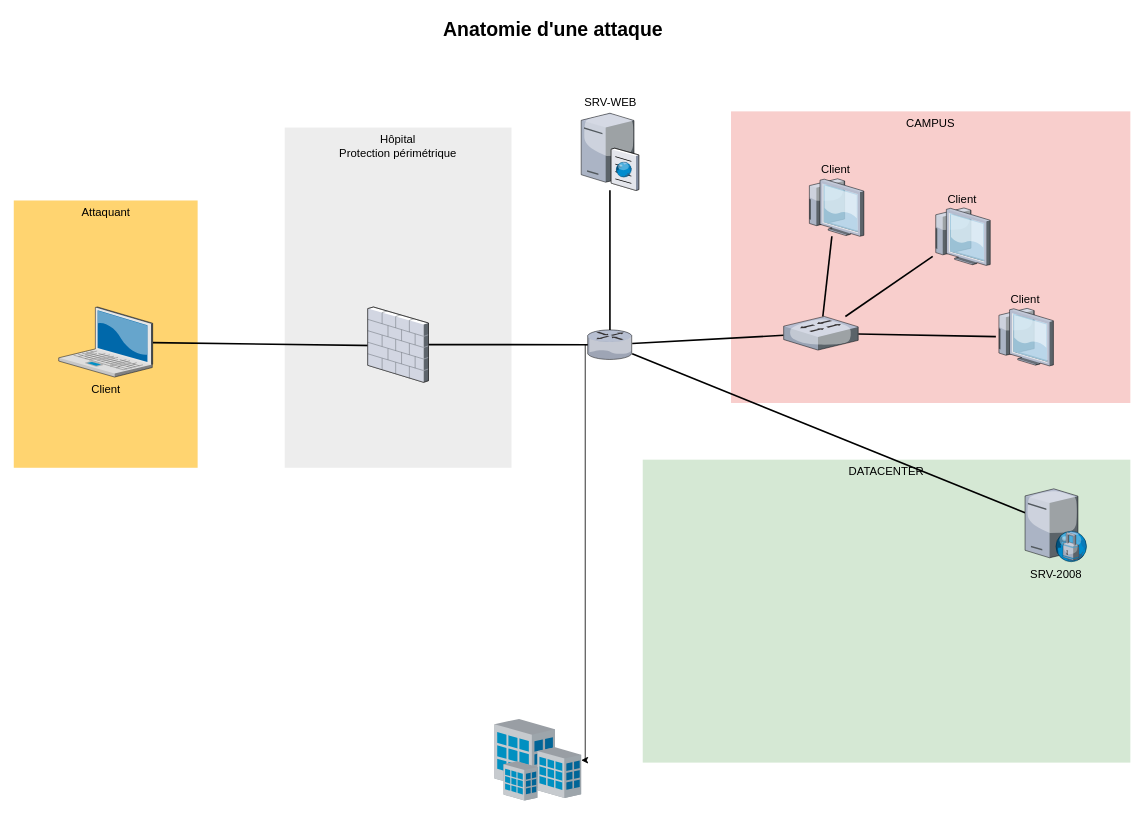
This is anatomie-attack.drawio from ebsd/drawio, a draw.io file, before an edit. Source tidied: cells renumbered, new cells numbered last; positions are measured from the earlier drawing's top-left corner, leaving out a move shared by most shapes. Both pictures are drawn from the tidied source at 81%, with x=0, y=0 at pixel (13, 14).
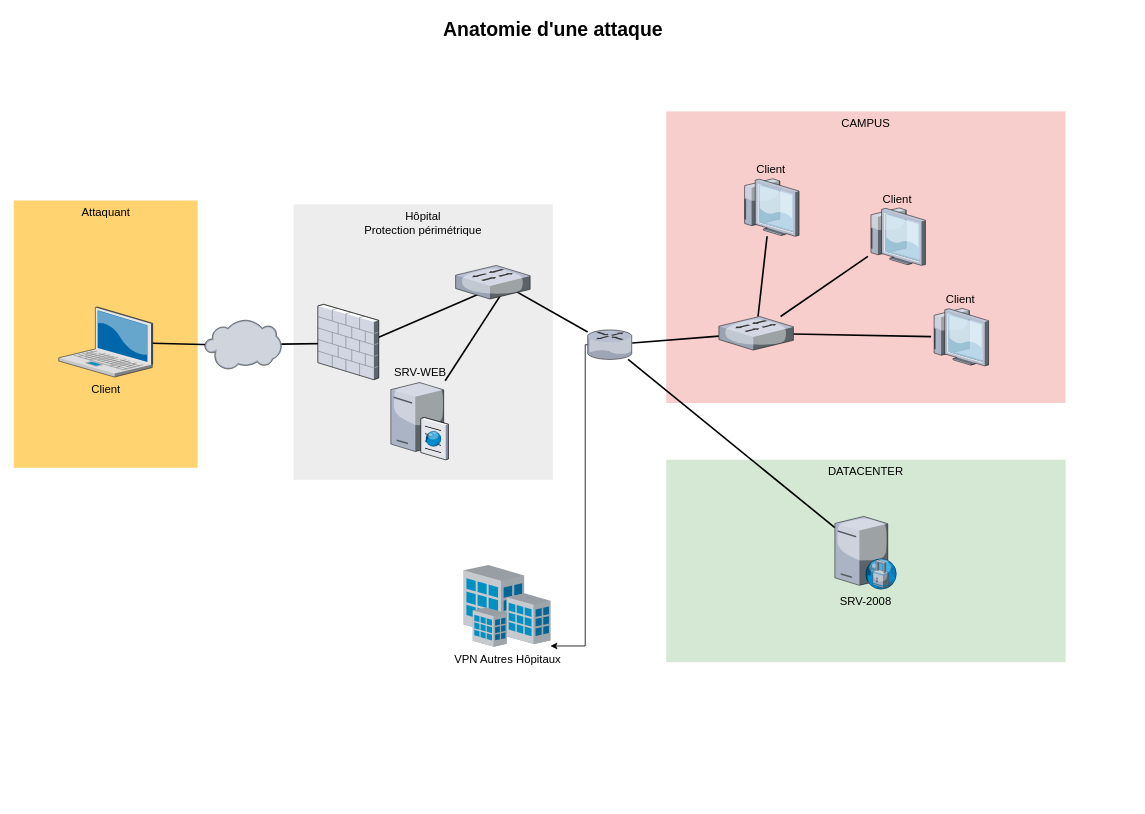
Above is the later version.

Unchanged cells that the change refers to:
```xml
<mxCell id="7" value="Client" style="verticalLabelPosition=bottom;html=1;verticalAlign=top;strokeColor=none;shape=mxgraph.citrix.laptop_2;fillColor=#66B2FF;gradientColor=#0066CC;fontSize=14;" parent="1" vertex="1">
  <mxGeometry x="56" y="361.5" width="116" height="86.5" as="geometry" />
</mxCell>
<mxCell id="11" style="verticalLabelPosition=bottom;html=1;verticalAlign=top;strokeColor=none;shape=mxgraph.citrix.router;fillColor=#66B2FF;gradientColor=#0066CC;fontSize=14;" parent="1" vertex="1">
  <mxGeometry x="709" y="389.8" width="55" height="36.5" as="geometry" />
</mxCell>
```

The edit, as a diff of the source:
```diff
@@
     <mxCell id="2" value="CAMPUS" style="whiteSpace=wrap;html=1;fillColor=#f8cecc;fontSize=14;strokeColor=none;verticalAlign=top;" parent="1" vertex="1">
-      <mxGeometry x="886" y="120" width="493" height="360" as="geometry" />
+      <mxGeometry x="806" y="120" width="493" height="360" as="geometry" />
     </mxCell>
     <mxCell id="3" value="DATACENTER" style="whiteSpace=wrap;html=1;fillColor=#d5e8d4;fontSize=14;strokeColor=none;verticalAlign=top;" parent="1" vertex="1">
-      <mxGeometry x="777" y="550" width="602" height="374" as="geometry" />
+      <mxGeometry x="806" y="550" width="493" height="250" as="geometry" />
     </mxCell>
     <mxCell id="4" value="Hôpital&lt;br&gt;Protection périmétrique" style="whiteSpace=wrap;html=1;fillColor=#EDEDED;fontSize=14;strokeColor=none;verticalAlign=top;" parent="1" vertex="1">
-      <mxGeometry x="335" y="140" width="280" height="420" as="geometry" />
+      <mxGeometry x="346" y="234.8" width="320" height="340" as="geometry" />
     </mxCell>
@@
-    <mxCell id="6" style="edgeStyle=none;rounded=0;html=1;startSize=10;endSize=10;jettySize=auto;fontSize=14;endArrow=none;endFill=0;strokeWidth=2;entryX=0.493;entryY=0.516;entryDx=0;entryDy=0;entryPerimeter=0;" parent="1" edge="1" source="7" target="14">
+    <mxCell id="6" style="edgeStyle=none;rounded=0;html=1;startSize=10;endSize=10;jettySize=auto;fontSize=14;endArrow=none;endFill=0;strokeWidth=2;entryX=0.493;entryY=0.516;entryDx=0;entryDy=0;entryPerimeter=0;startArrow=none;" parent="1" edge="1" source="30" target="14">
       <mxGeometry relative="1" as="geometry" />
     </mxCell>
@@
-    <mxCell id="8" style="edgeStyle=none;rounded=0;html=1;startSize=10;endSize=10;jettySize=auto;fontSize=14;endArrow=none;endFill=0;strokeWidth=2;" parent="1" edge="1" source="11" target="12">
-      <mxGeometry relative="1" as="geometry" />
-    </mxCell>
@@
     <mxCell id="12" value="SRV-WEB" style="verticalLabelPosition=top;html=1;verticalAlign=bottom;strokeColor=none;shape=mxgraph.citrix.cache_server;fillColor=#66B2FF;gradientColor=#0066CC;fontSize=14;labelPosition=center;align=center;" parent="1" vertex="1">
-      <mxGeometry x="701" y="120" width="71" height="97.5" as="geometry" />
+      <mxGeometry x="466" y="452.5" width="71" height="97.5" as="geometry" />
     </mxCell>
-    <mxCell id="13" style="edgeStyle=none;rounded=0;html=1;startSize=10;endSize=10;jettySize=auto;fontSize=14;endArrow=none;endFill=0;strokeWidth=2;" parent="1" edge="1" source="14" target="11">
+    <mxCell id="13" style="edgeStyle=none;rounded=0;html=1;startSize=10;endSize=10;jettySize=auto;fontSize=14;endArrow=none;endFill=0;strokeWidth=2;exitX=0.63;exitY=0.548;exitDx=0;exitDy=0;exitPerimeter=0;" parent="1" edge="1" source="28" target="11">
       <mxGeometry relative="1" as="geometry" />
     </mxCell>
-    <mxCell id="14" style="verticalLabelPosition=bottom;html=1;verticalAlign=top;strokeColor=none;shape=mxgraph.citrix.firewall;fillColor=#66B2FF;gradientColor=#0066CC;fontSize=14;" parent="1" vertex="1">
-      <mxGeometry x="437.5" y="361.5" width="75" height="93" as="geometry" />
-    </mxCell>
     <mxCell id="15" style="edgeStyle=orthogonalEdgeStyle;rounded=0;jettySize=auto;html=1;" parent="1" edge="1" source="11" target="24">
       <mxGeometry relative="1" as="geometry">
         <Array as="points">
           <mxPoint x="706" y="408" />
-          <mxPoint x="706" y="921" />
+          <mxPoint x="706" y="780" />
         </Array>
       </mxGeometry>
     </mxCell>
     <mxCell id="16" value="SRV-2008" style="verticalLabelPosition=bottom;html=1;verticalAlign=top;strokeColor=none;shape=mxgraph.citrix.proxy_server;fillColor=#66B2FF;gradientColor=#0066CC;fontSize=14;" parent="1" vertex="1">
-      <mxGeometry x="1249" y="586" width="76.5" height="90" as="geometry" />
+      <mxGeometry x="1014.2" y="620" width="76.5" height="90" as="geometry" />
     </mxCell>
@@
     <mxCell id="20" style="verticalLabelPosition=bottom;html=1;verticalAlign=top;strokeColor=none;shape=mxgraph.citrix.switch;fillColor=#66B2FF;gradientColor=#0066CC;fontSize=14;" parent="1" vertex="1">
-      <mxGeometry x="951" y="373.2" width="92" height="41.5" as="geometry" />
+      <mxGeometry x="871" y="373.2" width="92" height="41.5" as="geometry" />
     </mxCell>
     <mxCell id="21" value="Client" style="verticalLabelPosition=top;html=1;verticalAlign=bottom;strokeColor=none;shape=mxgraph.citrix.thin_client;fillColor=#66B2FF;gradientColor=#0066CC;fontSize=14;labelPosition=center;align=center;" parent="1" vertex="1">
-      <mxGeometry x="1213" y="363.2" width="71" height="71" as="geometry" />
+      <mxGeometry x="1133" y="363.2" width="71" height="71" as="geometry" />
     </mxCell>
     <mxCell id="22" value="Client" style="verticalLabelPosition=top;html=1;verticalAlign=bottom;strokeColor=none;shape=mxgraph.citrix.thin_client;fillColor=#66B2FF;gradientColor=#0066CC;fontSize=14;labelPosition=center;align=center;" parent="1" vertex="1">
-      <mxGeometry x="1135" y="239.2" width="71" height="71" as="geometry" />
+      <mxGeometry x="1055" y="239.2" width="71" height="71" as="geometry" />
     </mxCell>
     <mxCell id="23" value="Client" style="verticalLabelPosition=top;html=1;verticalAlign=bottom;strokeColor=none;shape=mxgraph.citrix.thin_client;fillColor=#66B2FF;gradientColor=#0066CC;fontSize=14;labelPosition=center;align=center;" parent="1" vertex="1">
-      <mxGeometry x="979" y="203.2" width="71" height="71" as="geometry" />
+      <mxGeometry x="899" y="203.2" width="71" height="71" as="geometry" />
     </mxCell>
-    <mxCell id="24" style="verticalLabelPosition=bottom;html=1;verticalAlign=top;strokeColor=none;shape=mxgraph.citrix.site;fillColor=#66B2FF;gradientColor=#0066CC;fontSize=14;" parent="1" vertex="1">
-      <mxGeometry x="594" y="870" width="107" height="101" as="geometry" />
+    <mxCell id="24" value="VPN Autres Hôpitaux" style="verticalLabelPosition=bottom;html=1;verticalAlign=top;strokeColor=none;shape=mxgraph.citrix.site;fillColor=#66B2FF;gradientColor=#0066CC;fontSize=14;" parent="1" vertex="1">
+      <mxGeometry x="556" y="680" width="107" height="101" as="geometry" />
     </mxCell>
@@
+    <mxCell id="26" style="edgeStyle=none;rounded=0;html=1;startSize=10;endSize=10;jettySize=auto;fontSize=14;endArrow=none;endFill=0;strokeWidth=2;exitX=0.5;exitY=0.669;exitDx=0;exitDy=0;exitPerimeter=0;entryX=0.533;entryY=0.599;entryDx=0;entryDy=0;entryPerimeter=0;" parent="1" edge="1" source="28" target="14">
+      <mxGeometry relative="1" as="geometry" />
+    </mxCell>
+    <mxCell id="27" style="edgeStyle=none;rounded=0;html=1;startSize=10;endSize=10;jettySize=auto;fontSize=14;endArrow=none;endFill=0;strokeWidth=2;" parent="1" edge="1" target="12">
+      <mxGeometry relative="1" as="geometry">
+        <mxPoint x="606" y="340" as="sourcePoint" />
+      </mxGeometry>
+    </mxCell>
+    <mxCell id="14" style="verticalLabelPosition=bottom;html=1;verticalAlign=top;strokeColor=none;shape=mxgraph.citrix.firewall;fillColor=#66B2FF;gradientColor=#0066CC;fontSize=14;" parent="1" vertex="1">
+      <mxGeometry x="376" y="358.2" width="75" height="93" as="geometry" />
+    </mxCell>
+    <mxCell id="28" style="verticalLabelPosition=bottom;html=1;verticalAlign=top;strokeColor=none;shape=mxgraph.citrix.switch;fillColor=#66B2FF;gradientColor=#0066CC;fontSize=14;" parent="1" vertex="1">
+      <mxGeometry x="546" y="310.2" width="92" height="41.5" as="geometry" />
+    </mxCell>
+    <mxCell id="29" style="edgeStyle=none;rounded=0;html=1;startSize=10;endSize=10;jettySize=auto;fontSize=14;endArrow=none;endFill=0;strokeWidth=2;entryX=0.493;entryY=0.516;entryDx=0;entryDy=0;entryPerimeter=0;" parent="1" edge="1" source="7" target="30">
+      <mxGeometry relative="1" as="geometry" />
+    </mxCell>
+    <mxCell id="30" style="verticalLabelPosition=bottom;sketch=0;html=1;verticalAlign=top;strokeColor=none;align=center;outlineConnect=0;shape=mxgraph.citrix.cloud;" parent="1" vertex="1">
+      <mxGeometry x="236" y="377" width="95" height="62" as="geometry" />
+    </mxCell>
```
